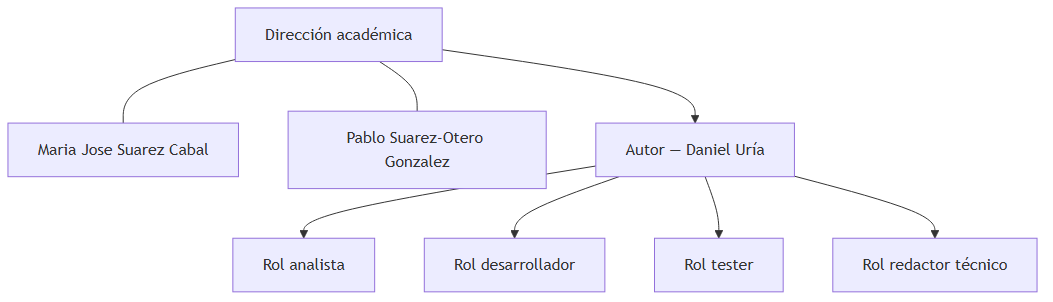
Above: memoria/assets/png/fig-02-1.png in git-uni/llms-normalization-bd-models-tool (Mermaid), before the change. Its source is kept beside it as memoria/assets/mmd/fig-02-1.mmd.
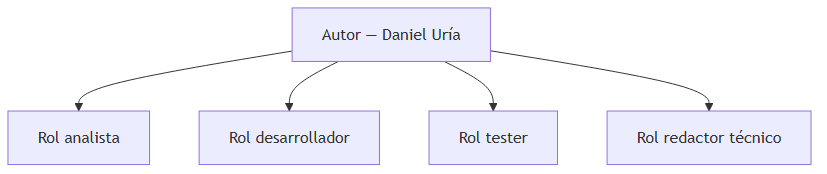
The same diagram one commit later.

Diff of the diagram source:
```diff
@@ -1,8 +1,5 @@
 flowchart TB
-    DIR[Dirección académica]
-    DIR --- T1[Maria Jose Suarez Cabal]
-    DIR --- T2[Pablo Suarez-Otero Gonzalez]
-    DIR --> AUT[Autor — Daniel Uría]
+    AUT[Autor — Daniel Uría]
     AUT --> AN[Rol analista]
     AUT --> DEV[Rol desarrollador]
     AUT --> QA[Rol tester]
```
